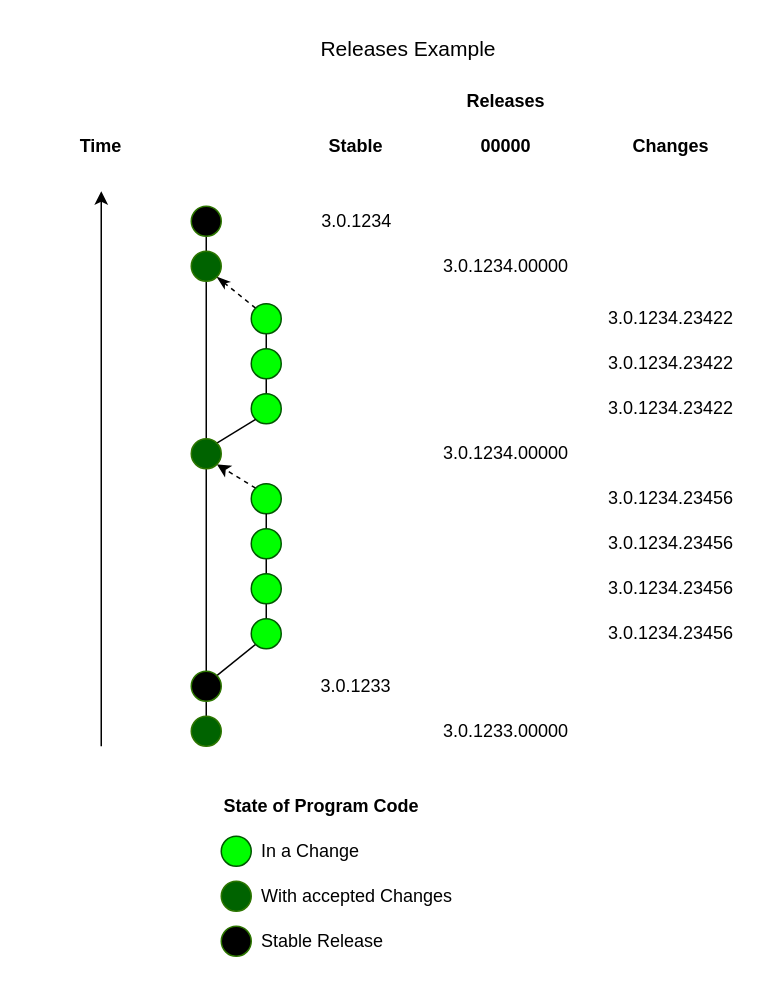
This is srcx/doc/project/_res/dev.drawio from Pingvin235/bgerp, a draw.io file, before an edit. Source tidied: cells renumbered, new cells numbered last; positions are measured from the earlier drawing's top-left corner, leaving out a move shared by most shapes. Both pictures are drawn from the tidied source at 150%, with x=0, y=0 at pixel (26, 26).
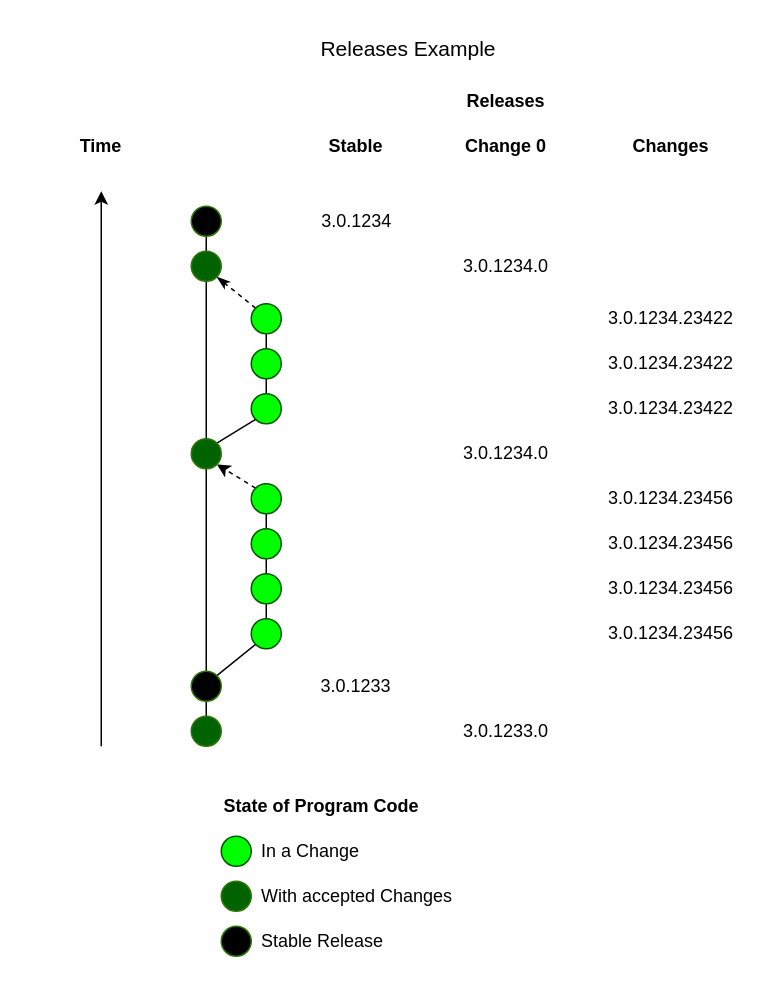
After the change.

What changed in the source:
```diff
@@
-    <mxCell id="35" value="3.0.1234.00000" style="text;html=1;strokeColor=none;fillColor=none;align=center;verticalAlign=middle;whiteSpace=wrap;rounded=0;" parent="1" vertex="1">
+    <mxCell id="35" value="3.0.1234.0" style="text;html=1;strokeColor=none;fillColor=none;align=center;verticalAlign=middle;whiteSpace=wrap;rounded=0;" parent="1" vertex="1">
       <mxGeometry x="270" y="275" width="100" height="20" as="geometry" />
     </mxCell>
@@
-    <mxCell id="38" value="3.0.1234.00000" style="text;html=1;strokeColor=none;fillColor=none;align=center;verticalAlign=middle;whiteSpace=wrap;rounded=0;" parent="1" vertex="1">
+    <mxCell id="38" value="3.0.1234.0" style="text;html=1;strokeColor=none;fillColor=none;align=center;verticalAlign=middle;whiteSpace=wrap;rounded=0;" parent="1" vertex="1">
       <mxGeometry x="270" y="150" width="100" height="20" as="geometry" />
     </mxCell>
@@
-    <mxCell id="40" value="3.0.1233.00000" style="text;html=1;strokeColor=none;fillColor=none;align=center;verticalAlign=middle;whiteSpace=wrap;rounded=0;" parent="1" vertex="1">
+    <mxCell id="40" value="3.0.1233.0" style="text;html=1;strokeColor=none;fillColor=none;align=center;verticalAlign=middle;whiteSpace=wrap;rounded=0;" parent="1" vertex="1">
       <mxGeometry x="270" y="460" width="100" height="20" as="geometry" />
     </mxCell>
@@
-    <mxCell id="52" value="00000" style="text;html=1;strokeColor=none;fillColor=none;align=center;verticalAlign=middle;whiteSpace=wrap;rounded=0;fontStyle=1;" parent="1" vertex="1">
+    <mxCell id="52" value="Change 0" style="text;html=1;strokeColor=none;fillColor=none;align=center;verticalAlign=middle;whiteSpace=wrap;rounded=0;fontStyle=1;" parent="1" vertex="1">
       <mxGeometry x="285" y="70" width="70" height="20" as="geometry" />
     </mxCell>
```
